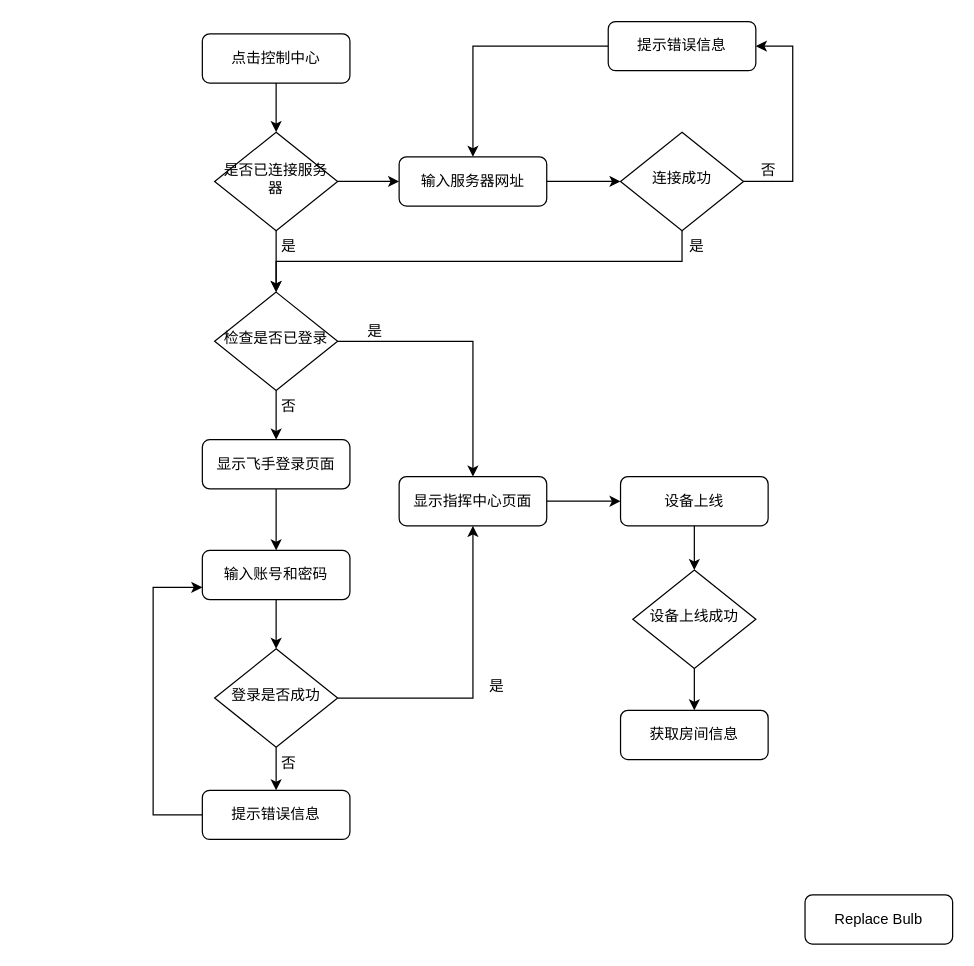
xubinlu/android-journey keeps this draw.io diagram as 指挥中心.drawio. Above is the earlier version. Source tidied: cells renumbered, new cells numbered last; positions are measured from the earlier drawing's top-left corner, leaving out a move shared by most shapes. Both pictures are drawn from the tidied source at 123%, with x=0, y=0 at pixel (153, 21).
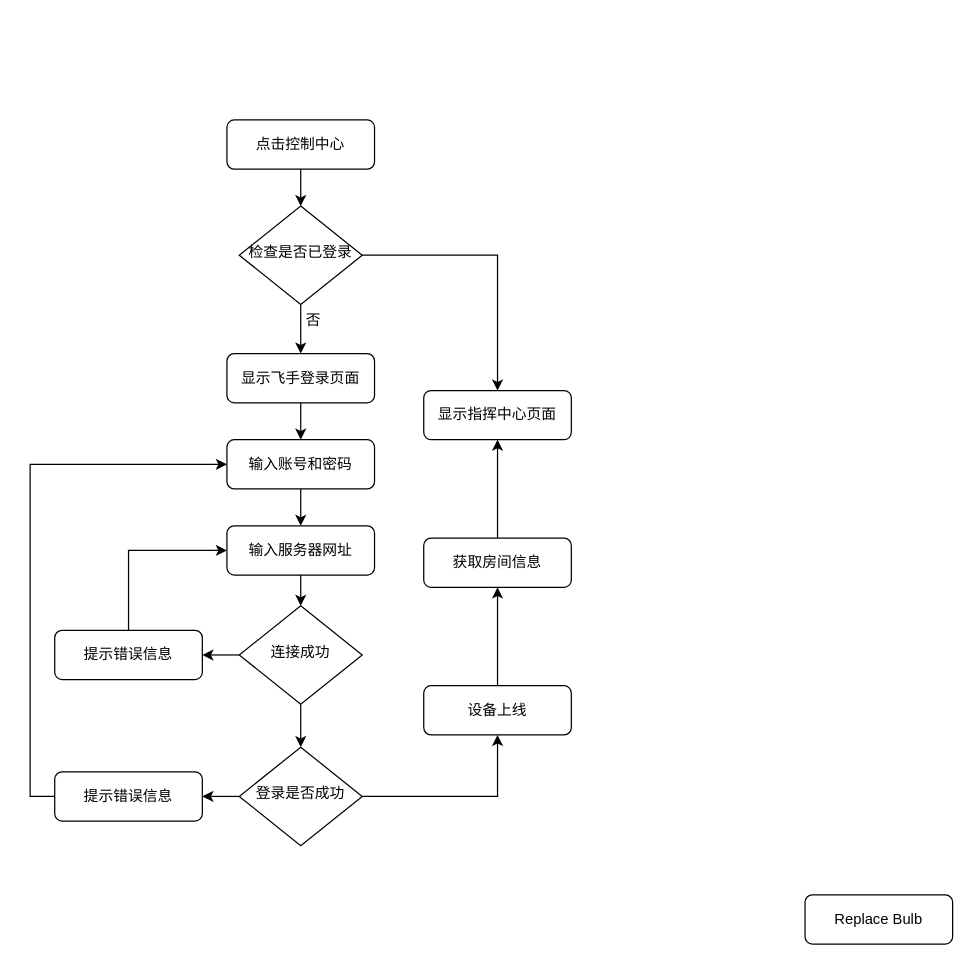
The same diagram, later.

Commit message:
更新指挥中心.drawio

Change to the diagram source:
```diff
@@
-    <mxCell id="2" style="edgeStyle=orthogonalEdgeStyle;rounded=0;jettySize=auto;html=1;exitX=0.5;exitY=1;exitDx=0;exitDy=0;entryX=0.5;entryY=0;entryDx=0;entryDy=0;" parent="1" edge="1" source="3" target="21">
-      <mxGeometry relative="1" as="geometry" />
-    </mxCell>
+    <mxCell id="41" style="edgeStyle=orthogonalEdgeStyle;rounded=0;jettySize=auto;html=1;exitX=0.5;exitY=1;exitDx=0;exitDy=0;entryX=0.5;entryY=0;entryDx=0;entryDy=0;" parent="1" edge="1" source="3" target="6">
+      <mxGeometry relative="1" as="geometry" />
+    </mxCell>
     <mxCell id="3" value="点击控制中心" style="rounded=1;whiteSpace=wrap;html=1;fontSize=12;glass=0;strokeWidth=1;shadow=0;" parent="1" vertex="1">
-      <mxGeometry x="40" y="10" width="120" height="40" as="geometry" />
+      <mxGeometry x="60" y="80" width="120" height="40" as="geometry" />
     </mxCell>
@@
     <mxCell id="6" value="检查是否已登录" style="rhombus;whiteSpace=wrap;html=1;shadow=0;fontFamily=Helvetica;fontSize=12;align=center;strokeWidth=1;spacing=6;spacingTop=-4;" parent="1" vertex="1">
-      <mxGeometry x="50" y="220" width="100" height="80" as="geometry" />
+      <mxGeometry x="70" y="150" width="100" height="80" as="geometry" />
     </mxCell>
-    <mxCell id="7" style="edgeStyle=orthogonalEdgeStyle;rounded=0;jettySize=auto;html=1;" parent="1" edge="1" source="8" target="37">
-      <mxGeometry relative="1" as="geometry" />
-    </mxCell>
     <mxCell id="8" value="显示指挥中心页面" style="rounded=1;whiteSpace=wrap;html=1;fontSize=12;glass=0;strokeWidth=1;shadow=0;" parent="1" vertex="1">
-      <mxGeometry x="200" y="370" width="120" height="40" as="geometry" />
+      <mxGeometry x="220" y="300" width="120" height="40" as="geometry" />
     </mxCell>
-    <mxCell id="9" style="edgeStyle=orthogonalEdgeStyle;rounded=0;jettySize=auto;html=1;exitX=0.5;exitY=1;exitDx=0;exitDy=0;entryX=0.5;entryY=0;entryDx=0;entryDy=0;" parent="1" edge="1" source="10" target="16">
-      <mxGeometry relative="1" as="geometry" />
-    </mxCell>
+    <mxCell id="42" style="edgeStyle=orthogonalEdgeStyle;rounded=0;jettySize=auto;html=1;exitX=0.5;exitY=1;exitDx=0;exitDy=0;entryX=0.5;entryY=0;entryDx=0;entryDy=0;" parent="1" edge="1" source="10" target="23">
+      <mxGeometry relative="1" as="geometry" />
+    </mxCell>
     <mxCell id="10" value="输入账号和密码" style="rounded=1;whiteSpace=wrap;html=1;fontSize=12;glass=0;strokeWidth=1;shadow=0;" parent="1" vertex="1">
-      <mxGeometry x="40" y="430" width="120" height="40" as="geometry" />
+      <mxGeometry x="60" y="340" width="120" height="40" as="geometry" />
     </mxCell>
@@
     <mxCell id="13" value="显示飞手登录页面" style="rounded=1;whiteSpace=wrap;html=1;" parent="1" vertex="1">
-      <mxGeometry x="40" y="340" width="120" height="40" as="geometry" />
+      <mxGeometry x="60" y="270" width="120" height="40" as="geometry" />
     </mxCell>
+    <mxCell id="43" style="edgeStyle=orthogonalEdgeStyle;rounded=0;jettySize=auto;html=1;exitX=1;exitY=0.5;exitDx=0;exitDy=0;entryX=0.5;entryY=1;entryDx=0;entryDy=0;" parent="1" edge="1" source="16" target="37">
+      <mxGeometry relative="1" as="geometry" />
+    </mxCell>
-    <mxCell id="14" style="edgeStyle=orthogonalEdgeStyle;rounded=0;jettySize=auto;html=1;exitX=0.5;exitY=1;exitDx=0;exitDy=0;entryX=0.5;entryY=0;entryDx=0;entryDy=0;" parent="1" edge="1" source="16" target="18">
+    <mxCell id="14" style="edgeStyle=orthogonalEdgeStyle;rounded=0;jettySize=auto;html=1;exitX=0;exitY=0.5;exitDx=0;exitDy=0;entryX=1;entryY=0.5;entryDx=0;entryDy=0;" parent="1" edge="1" source="16" target="18">
       <mxGeometry relative="1" as="geometry" />
     </mxCell>
-    <mxCell id="15" style="edgeStyle=orthogonalEdgeStyle;rounded=0;jettySize=auto;html=1;exitX=1;exitY=0.5;exitDx=0;exitDy=0;entryX=0.5;entryY=1;entryDx=0;entryDy=0;" parent="1" edge="1" source="16" target="8">
-      <mxGeometry relative="1" as="geometry" />
-    </mxCell>
     <mxCell id="16" value="登录是否成功" style="rhombus;whiteSpace=wrap;html=1;shadow=0;fontFamily=Helvetica;fontSize=12;align=center;strokeWidth=1;spacing=6;spacingTop=-4;" parent="1" vertex="1">
-      <mxGeometry x="50" y="510" width="100" height="80" as="geometry" />
+      <mxGeometry x="70" y="590" width="100" height="80" as="geometry" />
     </mxCell>
-    <mxCell id="17" style="edgeStyle=orthogonalEdgeStyle;rounded=0;jettySize=auto;html=1;exitX=0;exitY=0.5;exitDx=0;exitDy=0;entryX=0;entryY=0.75;entryDx=0;entryDy=0;" parent="1" edge="1" source="18" target="10">
-      <mxGeometry relative="1" as="geometry">
-        <Array as="points">
-          <mxPoint y="645" />
-          <mxPoint y="460" />
-        </Array>
-      </mxGeometry>
+    <mxCell id="17" style="edgeStyle=orthogonalEdgeStyle;rounded=0;jettySize=auto;html=1;exitX=0;exitY=0.5;exitDx=0;exitDy=0;entryX=0;entryY=0.5;entryDx=0;entryDy=0;" parent="1" edge="1" source="18" target="10">
+      <mxGeometry relative="1" as="geometry" />
     </mxCell>
     <mxCell id="18" value="提示错误信息" style="rounded=1;whiteSpace=wrap;html=1;fontSize=12;glass=0;strokeWidth=1;shadow=0;" parent="1" vertex="1">
-      <mxGeometry x="40" y="625" width="120" height="40" as="geometry" />
+      <mxGeometry x="-80" y="610" width="120" height="40" as="geometry" />
     </mxCell>
-    <mxCell id="19" style="edgeStyle=orthogonalEdgeStyle;rounded=0;jettySize=auto;html=1;exitX=0.5;exitY=1;exitDx=0;exitDy=0;entryX=0.5;entryY=0;entryDx=0;entryDy=0;" parent="1" edge="1" source="21" target="6">
-      <mxGeometry relative="1" as="geometry" />
-    </mxCell>
-    <mxCell id="20" style="edgeStyle=orthogonalEdgeStyle;rounded=0;jettySize=auto;html=1;exitX=1;exitY=0.5;exitDx=0;exitDy=0;entryX=0;entryY=0.5;entryDx=0;entryDy=0;" parent="1" edge="1" source="21" target="23">
-      <mxGeometry relative="1" as="geometry" />
-    </mxCell>
+    <mxCell id="44" style="edgeStyle=orthogonalEdgeStyle;rounded=0;jettySize=auto;html=1;exitX=0;exitY=0.5;exitDx=0;exitDy=0;entryX=1;entryY=0.5;entryDx=0;entryDy=0;" parent="1" edge="1" source="21" target="28">
+      <mxGeometry relative="1" as="geometry" />
+    </mxCell>
+    <mxCell id="45" style="edgeStyle=orthogonalEdgeStyle;rounded=0;jettySize=auto;html=1;exitX=0.5;exitY=1;exitDx=0;exitDy=0;entryX=0.5;entryY=0;entryDx=0;entryDy=0;" parent="1" edge="1" source="21" target="16">
+      <mxGeometry relative="1" as="geometry" />
+    </mxCell>
-    <mxCell id="21" value="是否已连接服务器" style="rhombus;whiteSpace=wrap;html=1;shadow=0;fontFamily=Helvetica;fontSize=12;align=center;strokeWidth=1;spacing=6;spacingTop=-4;" parent="1" vertex="1">
-      <mxGeometry x="50" y="90" width="100" height="80" as="geometry" />
+    <mxCell id="21" value="连接成功" style="rhombus;whiteSpace=wrap;html=1;shadow=0;fontFamily=Helvetica;fontSize=12;align=center;strokeWidth=1;spacing=6;spacingTop=-4;" parent="1" vertex="1">
+      <mxGeometry x="70" y="475" width="100" height="80" as="geometry" />
     </mxCell>
-    <mxCell id="22" style="edgeStyle=orthogonalEdgeStyle;rounded=0;jettySize=auto;html=1;exitX=1;exitY=0.5;exitDx=0;exitDy=0;entryX=0;entryY=0.5;entryDx=0;entryDy=0;" parent="1" edge="1" source="23" target="26">
-      <mxGeometry relative="1" as="geometry" />
-    </mxCell>
-    <mxCell id="23" value="输入服务器网址" style="rounded=1;whiteSpace=wrap;html=1;fontSize=12;glass=0;strokeWidth=1;shadow=0;" parent="1" vertex="1">
-      <mxGeometry x="200" y="110" width="120" height="40" as="geometry" />
-    </mxCell>
-    <mxCell id="24" style="edgeStyle=orthogonalEdgeStyle;rounded=0;jettySize=auto;html=1;exitX=0.5;exitY=1;exitDx=0;exitDy=0;" parent="1" edge="1" source="26" target="6">
-      <mxGeometry relative="1" as="geometry" />
-    </mxCell>
-    <mxCell id="25" style="edgeStyle=orthogonalEdgeStyle;rounded=0;jettySize=auto;html=1;exitX=1;exitY=0.5;exitDx=0;exitDy=0;entryX=1;entryY=0.5;entryDx=0;entryDy=0;" parent="1" edge="1" source="26" target="28">
-      <mxGeometry relative="1" as="geometry">
-        <Array as="points">
-          <mxPoint x="520" y="130" />
-          <mxPoint x="520" y="20" />
-        </Array>
-      </mxGeometry>
-    </mxCell>
-    <mxCell id="26" value="连接成功" style="rhombus;whiteSpace=wrap;html=1;shadow=0;fontFamily=Helvetica;fontSize=12;align=center;strokeWidth=1;spacing=6;spacingTop=-4;" parent="1" vertex="1">
-      <mxGeometry x="380" y="90" width="100" height="80" as="geometry" />
-    </mxCell>
-    <mxCell id="27" style="edgeStyle=orthogonalEdgeStyle;rounded=0;jettySize=auto;html=1;exitX=0;exitY=0.5;exitDx=0;exitDy=0;entryX=0.5;entryY=0;entryDx=0;entryDy=0;" parent="1" edge="1" source="28" target="23">
+    <mxCell id="27" style="edgeStyle=orthogonalEdgeStyle;rounded=0;jettySize=auto;html=1;exitX=0.5;exitY=0;exitDx=0;exitDy=0;entryX=0;entryY=0.5;entryDx=0;entryDy=0;" parent="1" edge="1" source="28" target="23">
       <mxGeometry relative="1" as="geometry" />
     </mxCell>
     <mxCell id="28" value="提示错误信息" style="rounded=1;whiteSpace=wrap;html=1;fontSize=12;glass=0;strokeWidth=1;shadow=0;" parent="1" vertex="1">
-      <mxGeometry x="370" width="120" height="40" as="geometry" />
+      <mxGeometry x="-80" y="495" width="120" height="40" as="geometry" />
     </mxCell>
-    <mxCell id="29" value="是" style="text;html=1;align=center;verticalAlign=middle;strokeColor=none;fillColor=none;" parent="1" vertex="1">
-      <mxGeometry x="259" y="526" width="40" height="30" as="geometry" />
-    </mxCell>
-    <mxCell id="30" value="否" style="text;html=1;align=center;verticalAlign=middle;strokeColor=none;fillColor=none;" parent="1" vertex="1">
-      <mxGeometry x="90" y="588" width="40" height="30" as="geometry" />
-    </mxCell>
     <mxCell id="31" value="否" style="text;html=1;align=center;verticalAlign=middle;strokeColor=none;fillColor=none;" parent="1" vertex="1">
-      <mxGeometry x="90" y="298" width="40" height="30" as="geometry" />
+      <mxGeometry x="110" y="228" width="40" height="30" as="geometry" />
     </mxCell>
-    <mxCell id="32" value="是" style="text;html=1;align=center;verticalAlign=middle;strokeColor=none;fillColor=none;" parent="1" vertex="1">
-      <mxGeometry x="160" y="237" width="40" height="30" as="geometry" />
-    </mxCell>
-    <mxCell id="33" value="&amp;nbsp;是" style="text;html=1;align=center;verticalAlign=middle;strokeColor=none;fillColor=none;" parent="1" vertex="1">
-      <mxGeometry x="420" y="168" width="40" height="30" as="geometry" />
-    </mxCell>
-    <mxCell id="34" value="是" style="text;html=1;align=center;verticalAlign=middle;strokeColor=none;fillColor=none;" parent="1" vertex="1">
-      <mxGeometry x="90" y="168" width="40" height="30" as="geometry" />
-    </mxCell>
-    <mxCell id="35" value="否" style="text;html=1;align=center;verticalAlign=middle;strokeColor=none;fillColor=none;" parent="1" vertex="1">
-      <mxGeometry x="480" y="106" width="40" height="30" as="geometry" />
-    </mxCell>
-    <mxCell id="36" style="edgeStyle=orthogonalEdgeStyle;rounded=0;jettySize=auto;html=1;exitX=0.5;exitY=1;exitDx=0;exitDy=0;entryX=0.5;entryY=0;entryDx=0;entryDy=0;" parent="1" edge="1" source="37" target="39">
-      <mxGeometry relative="1" as="geometry" />
-    </mxCell>
+    <mxCell id="46" style="edgeStyle=orthogonalEdgeStyle;rounded=0;jettySize=auto;html=1;exitX=0.5;exitY=0;exitDx=0;exitDy=0;entryX=0.5;entryY=1;entryDx=0;entryDy=0;" parent="1" edge="1" source="37" target="40">
+      <mxGeometry relative="1" as="geometry" />
+    </mxCell>
     <mxCell id="37" value="设备上线" style="rounded=1;whiteSpace=wrap;html=1;fontSize=12;glass=0;strokeWidth=1;shadow=0;" parent="1" vertex="1">
-      <mxGeometry x="380" y="370" width="120" height="40" as="geometry" />
+      <mxGeometry x="220" y="540" width="120" height="40" as="geometry" />
     </mxCell>
-    <mxCell id="38" style="edgeStyle=orthogonalEdgeStyle;rounded=0;jettySize=auto;html=1;exitX=0.5;exitY=1;exitDx=0;exitDy=0;entryX=0.5;entryY=0;entryDx=0;entryDy=0;" parent="1" edge="1" source="39" target="40">
-      <mxGeometry relative="1" as="geometry" />
-    </mxCell>
-    <mxCell id="39" value="设备上线成功" style="rhombus;whiteSpace=wrap;html=1;shadow=0;fontFamily=Helvetica;fontSize=12;align=center;strokeWidth=1;spacing=6;spacingTop=-4;" parent="1" vertex="1">
-      <mxGeometry x="390" y="446" width="100" height="80" as="geometry" />
-    </mxCell>
+    <mxCell id="47" style="edgeStyle=orthogonalEdgeStyle;rounded=0;jettySize=auto;html=1;exitX=0.5;exitY=0;exitDx=0;exitDy=0;entryX=0.5;entryY=1;entryDx=0;entryDy=0;" parent="1" edge="1" source="40" target="8">
+      <mxGeometry relative="1" as="geometry" />
+    </mxCell>
     <mxCell id="40" value="获取房间信息" style="rounded=1;whiteSpace=wrap;html=1;fontSize=12;glass=0;strokeWidth=1;shadow=0;" parent="1" vertex="1">
-      <mxGeometry x="380" y="560" width="120" height="40" as="geometry" />
+      <mxGeometry x="220" y="420" width="120" height="40" as="geometry" />
     </mxCell>
+    <mxCell id="48" style="edgeStyle=orthogonalEdgeStyle;rounded=0;jettySize=auto;html=1;exitX=0.5;exitY=1;exitDx=0;exitDy=0;entryX=0.5;entryY=0;entryDx=0;entryDy=0;" parent="1" edge="1" source="23" target="21">
+      <mxGeometry relative="1" as="geometry" />
+    </mxCell>
+    <mxCell id="23" value="输入服务器网址" style="rounded=1;whiteSpace=wrap;html=1;fontSize=12;glass=0;strokeWidth=1;shadow=0;" parent="1" vertex="1">
+      <mxGeometry x="60" y="410" width="120" height="40" as="geometry" />
+    </mxCell>
```
